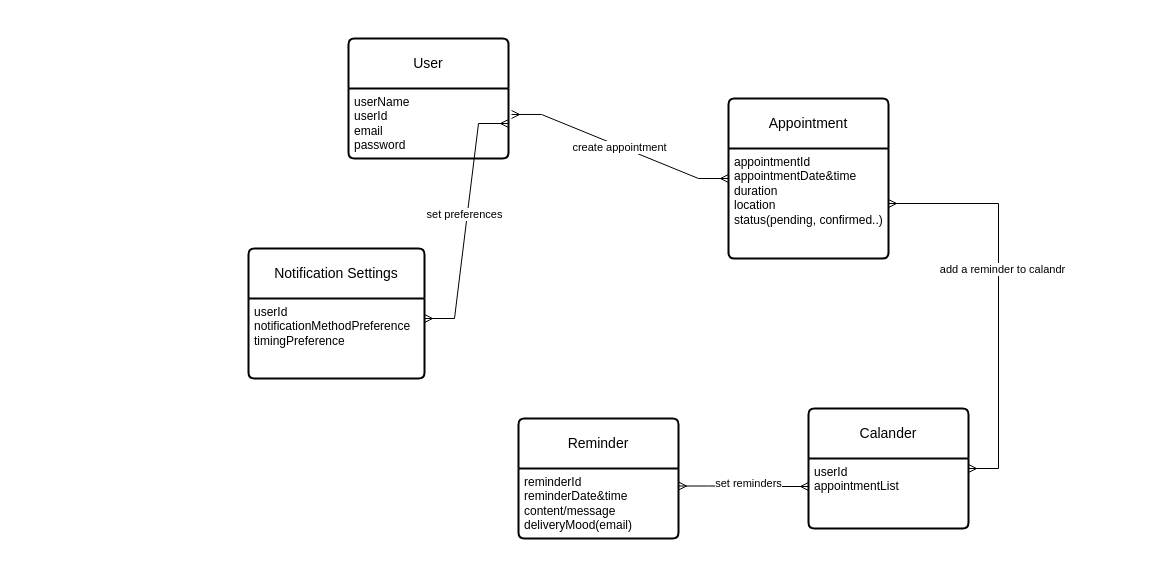
Earlier version of the draw.io diagram scheduler.drawio (mosnyik/scheduler). Source tidied: cells renumbered, new cells numbered last; positions are measured from the earlier drawing's top-left corner, leaving out a move shared by most shapes. Both pictures are drawn from the tidied source at 100%, with x=0, y=0 at pixel (218, 38).
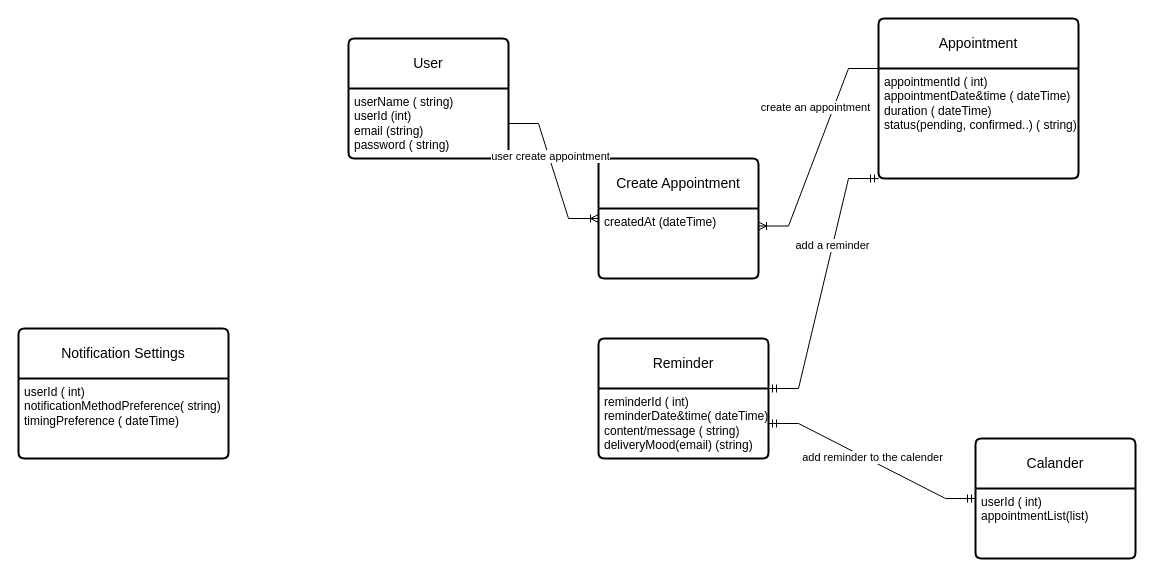
Above is the later version.

Commit message:
logical model scheduler.drawio

Unchanged cells that the change refers to:
```xml
<mxCell id="2" value="User" style="swimlane;horizontal=1;startSize=50;rounded=1;fontSize=14;fontStyle=0;strokeWidth=2;shadow=0;dashed=0;align=center;arcSize=4;whiteSpace=wrap;html=1;" parent="1" vertex="1">
  <mxGeometry x="130" width="160" height="120" as="geometry" />
</mxCell>
```

What changed in the source:
```diff
@@
-    <mxCell id="3" value="userName&lt;br&gt;userId&lt;br&gt;email&lt;br&gt;password" style="align=left;strokeColor=none;fillColor=none;spacingLeft=4;fontSize=12;verticalAlign=top;html=1;" parent="2" vertex="1">
+    <mxCell id="3" value="userName ( string)&lt;br&gt;userId (int)&lt;br&gt;email (string)&lt;br&gt;password ( string)" style="align=left;strokeColor=none;fillColor=none;spacingLeft=4;fontSize=12;verticalAlign=top;html=1;" parent="2" vertex="1">
       <mxGeometry y="50" width="160" height="70" as="geometry" />
     </mxCell>
     <mxCell id="4" value="Appointment" style="swimlane;horizontal=1;startSize=50;rounded=1;fontSize=14;fontStyle=0;strokeWidth=2;shadow=0;dashed=0;align=center;arcSize=4;whiteSpace=wrap;html=1;" parent="1" vertex="1">
-      <mxGeometry x="510" y="60" width="160" height="160" as="geometry" />
+      <mxGeometry x="660" y="-20" width="200" height="160" as="geometry" />
     </mxCell>
-    <mxCell id="5" value="appointmentId&lt;br&gt;appointmentDate&amp;amp;time&lt;br&gt;duration&lt;br&gt;location&lt;br&gt;status(pending, confirmed..)" style="align=left;strokeColor=none;fillColor=none;spacingLeft=4;fontSize=12;verticalAlign=top;html=1;" parent="4" vertex="1">
-      <mxGeometry y="50" width="160" height="110" as="geometry" />
+    <mxCell id="5" value="appointmentId ( int)&lt;br&gt;appointmentDate&amp;amp;time ( dateTime)&lt;br&gt;duration ( dateTime)&lt;br&gt;status(pending, confirmed..) ( string)" style="align=left;strokeColor=none;fillColor=none;spacingLeft=4;fontSize=12;verticalAlign=top;html=1;" parent="4" vertex="1">
+      <mxGeometry y="50" width="200" height="110" as="geometry" />
     </mxCell>
     <mxCell id="6" value="Reminder" style="swimlane;horizontal=1;startSize=50;rounded=1;fontSize=14;fontStyle=0;strokeWidth=2;shadow=0;dashed=0;align=center;arcSize=4;whiteSpace=wrap;html=1;" parent="1" vertex="1">
-      <mxGeometry x="300" y="380" width="160" height="120" as="geometry" />
+      <mxGeometry x="380" y="300" width="170" height="120" as="geometry" />
     </mxCell>
-    <mxCell id="7" value="reminderId&lt;br&gt;reminderDate&amp;amp;time&lt;br&gt;content/message&lt;br&gt;deliveryMood(email)" style="align=left;strokeColor=none;fillColor=none;spacingLeft=4;fontSize=12;verticalAlign=top;html=1;" parent="6" vertex="1">
-      <mxGeometry y="50" width="160" height="70" as="geometry" />
+    <mxCell id="7" value="reminderId ( int)&amp;nbsp;&lt;br&gt;reminderDate&amp;amp;time( dateTime)&lt;br&gt;content/message ( string)&lt;br&gt;deliveryMood(email) (string)" style="align=left;strokeColor=none;fillColor=none;spacingLeft=4;fontSize=12;verticalAlign=top;html=1;" parent="6" vertex="1">
+      <mxGeometry y="50" width="170" height="70" as="geometry" />
     </mxCell>
     <mxCell id="8" value="Notification Settings" style="swimlane;horizontal=1;startSize=50;rounded=1;fontSize=14;fontStyle=0;strokeWidth=2;shadow=0;dashed=0;align=center;arcSize=4;whiteSpace=wrap;html=1;" parent="1" vertex="1">
-      <mxGeometry x="30" y="210" width="176" height="130" as="geometry" />
+      <mxGeometry x="-200" y="290" width="210" height="130" as="geometry" />
     </mxCell>
-    <mxCell id="9" value="userId&lt;br&gt;notificationMethodPreference&lt;br&gt;timingPreference" style="align=left;strokeColor=none;fillColor=none;spacingLeft=4;fontSize=12;verticalAlign=top;html=1;" parent="8" vertex="1">
-      <mxGeometry y="50" width="176" height="80" as="geometry" />
+    <mxCell id="9" value="userId ( int)&lt;br&gt;notificationMethodPreference( string)&lt;br&gt;timingPreference ( dateTime)" style="align=left;strokeColor=none;fillColor=none;spacingLeft=4;fontSize=12;verticalAlign=top;html=1;" parent="8" vertex="1">
+      <mxGeometry y="50" width="210" height="80" as="geometry" />
     </mxCell>
     <mxCell id="10" value="Calander" style="swimlane;horizontal=1;startSize=50;rounded=1;fontSize=14;fontStyle=0;strokeWidth=2;shadow=0;dashed=0;align=center;arcSize=4;whiteSpace=wrap;html=1;" parent="1" vertex="1">
-      <mxGeometry x="590" y="370" width="160" height="120" as="geometry" />
+      <mxGeometry x="757" y="400" width="160" height="120" as="geometry" />
     </mxCell>
-    <mxCell id="11" value="userId&lt;br&gt;appointmentList" style="align=left;strokeColor=none;fillColor=none;spacingLeft=4;fontSize=12;verticalAlign=top;html=1;" parent="10" vertex="1">
+    <mxCell id="11" value="userId ( int)&lt;br&gt;appointmentList(list)" style="align=left;strokeColor=none;fillColor=none;spacingLeft=4;fontSize=12;verticalAlign=top;html=1;" parent="10" vertex="1">
       <mxGeometry y="50" width="160" height="70" as="geometry" />
     </mxCell>
-    <mxCell id="12" style="edgeStyle=entityRelationEdgeStyle;fontSize=12;html=1;endArrow=ERmany;startArrow=ERmany;rounded=0;exitX=1.019;exitY=0.371;exitDx=0;exitDy=0;exitPerimeter=0;entryX=0;entryY=0.5;entryDx=0;entryDy=0;" parent="1" edge="1" source="3" target="4">
-      <mxGeometry relative="1" as="geometry" />
-    </mxCell>
-    <mxCell id="13" value="create appointment" style="edgeLabel;html=1;align=center;verticalAlign=middle;" parent="12" vertex="1">
-      <mxGeometry x="-0.01" y="-2" relative="1" as="geometry">
-        <mxPoint y="-1" as="offset" />
-      </mxGeometry>
-    </mxCell>
-    <mxCell id="14" style="edgeStyle=entityRelationEdgeStyle;fontSize=12;html=1;endArrow=ERmany;startArrow=ERmany;rounded=0;entryX=1;entryY=0.25;entryDx=0;entryDy=0;exitX=1;exitY=0.5;exitDx=0;exitDy=0;" parent="1" edge="1" source="3" target="9">
-      <mxGeometry relative="1" as="geometry">
-        <Array as="points">
-          <mxPoint x="30" y="140" />
-          <mxPoint x="70" y="150" />
-          <mxPoint y="210" />
-          <mxPoint x="20" y="270" />
-          <mxPoint x="30" y="210" />
-        </Array>
-      </mxGeometry>
-    </mxCell>
-    <mxCell id="15" value="set preferences" style="edgeLabel;html=1;align=center;verticalAlign=middle;" parent="14" vertex="1">
-      <mxGeometry x="-0.05" y="-3" relative="1" as="geometry" />
-    </mxCell>
-    <mxCell id="16" style="edgeStyle=entityRelationEdgeStyle;fontSize=12;html=1;endArrow=ERmany;startArrow=ERmany;rounded=0;" parent="1" edge="1" source="10" target="5">
-      <mxGeometry relative="1" as="geometry">
-        <Array as="points">
-          <mxPoint x="560" y="140" />
-          <mxPoint x="810" y="200" />
-          <mxPoint x="800" y="230" />
-        </Array>
-      </mxGeometry>
-    </mxCell>
-    <mxCell id="17" value="add a reminder to calandr" style="edgeLabel;html=1;align=center;verticalAlign=middle;" parent="16" vertex="1">
-      <mxGeometry x="0.13" y="-3" relative="1" as="geometry" />
-    </mxCell>
-    <mxCell id="18" style="edgeStyle=entityRelationEdgeStyle;fontSize=12;html=1;endArrow=ERmany;startArrow=ERmany;rounded=0;exitX=1;exitY=0.25;exitDx=0;exitDy=0;" parent="1" edge="1" source="7">
-      <mxGeometry relative="1" as="geometry">
-        <mxPoint x="590" y="448" as="targetPoint" />
-      </mxGeometry>
-    </mxCell>
-    <mxCell id="19" value="set reminders" style="edgeLabel;html=1;align=center;verticalAlign=middle;" parent="18" vertex="1">
-      <mxGeometry x="0.06" y="3" relative="1" as="geometry" />
-    </mxCell>
+    <mxCell id="20" value="Create Appointment" style="swimlane;horizontal=1;startSize=50;rounded=1;fontSize=14;fontStyle=0;strokeWidth=2;shadow=0;dashed=0;align=center;arcSize=4;whiteSpace=wrap;html=1;" parent="1" vertex="1">
+      <mxGeometry x="380" y="120" width="160" height="120" as="geometry" />
+    </mxCell>
+    <mxCell id="21" value="createdAt (dateTime)" style="align=left;strokeColor=none;fillColor=none;spacingLeft=4;fontSize=12;verticalAlign=top;html=1;" parent="20" vertex="1">
+      <mxGeometry y="50" width="160" height="70" as="geometry" />
+    </mxCell>
+    <mxCell id="22" style="edgeStyle=entityRelationEdgeStyle;fontSize=12;html=1;endArrow=ERoneToMany;rounded=0;entryX=0;entryY=0.5;entryDx=0;entryDy=0;exitX=1;exitY=0.5;exitDx=0;exitDy=0;" parent="1" edge="1" source="3" target="20">
+      <mxGeometry relative="1" as="geometry">
+        <Array as="points">
+          <mxPoint x="150" y="190" />
+        </Array>
+      </mxGeometry>
+    </mxCell>
+    <mxCell id="23" value="user create appointment" style="edgeLabel;html=1;align=center;verticalAlign=middle;" parent="22" vertex="1">
+      <mxGeometry x="-0.2" y="1" relative="1" as="geometry" />
+    </mxCell>
+    <mxCell id="24" style="edgeStyle=entityRelationEdgeStyle;fontSize=12;html=1;endArrow=ERoneToMany;rounded=0;entryX=1;entryY=0.25;entryDx=0;entryDy=0;exitX=0;exitY=0;exitDx=0;exitDy=0;" parent="1" edge="1" source="5" target="21">
+      <mxGeometry relative="1" as="geometry">
+        <Array as="points">
+          <mxPoint x="710" y="260" />
+        </Array>
+      </mxGeometry>
+    </mxCell>
+    <mxCell id="25" value="create an appointment" style="edgeLabel;html=1;align=center;verticalAlign=middle;" parent="24" vertex="1">
+      <mxGeometry x="0.08" relative="1" as="geometry">
+        <mxPoint y="-48" as="offset" />
+      </mxGeometry>
+    </mxCell>
+    <mxCell id="26" style="edgeStyle=entityRelationEdgeStyle;fontSize=12;html=1;endArrow=ERmandOne;startArrow=ERmandOne;rounded=0;entryX=0;entryY=0.5;entryDx=0;entryDy=0;exitX=1;exitY=0.5;exitDx=0;exitDy=0;" parent="1" edge="1" source="7" target="10">
+      <mxGeometry relative="1" as="geometry" />
+    </mxCell>
+    <mxCell id="27" value="add reminder to the calender" style="edgeLabel;html=1;align=center;verticalAlign=middle;" parent="26" vertex="1">
+      <mxGeometry x="-0.05" y="2" relative="1" as="geometry">
+        <mxPoint x="4" as="offset" />
+      </mxGeometry>
+    </mxCell>
+    <mxCell id="28" style="edgeStyle=entityRelationEdgeStyle;fontSize=12;html=1;endArrow=ERmandOne;startArrow=ERmandOne;rounded=0;exitX=1;exitY=0;exitDx=0;exitDy=0;entryX=0;entryY=1;entryDx=0;entryDy=0;" parent="1" edge="1" source="7" target="5">
+      <mxGeometry relative="1" as="geometry">
+        <Array as="points">
+          <mxPoint x="780" y="477.5" />
+          <mxPoint x="840" y="247.5" />
+          <mxPoint x="800" y="457.5" />
+        </Array>
+      </mxGeometry>
+    </mxCell>
+    <mxCell id="29" value="add a reminder" style="edgeLabel;html=1;align=center;verticalAlign=middle;" parent="28" vertex="1">
+      <mxGeometry x="0.28" y="1" relative="1" as="geometry" />
+    </mxCell>
```
